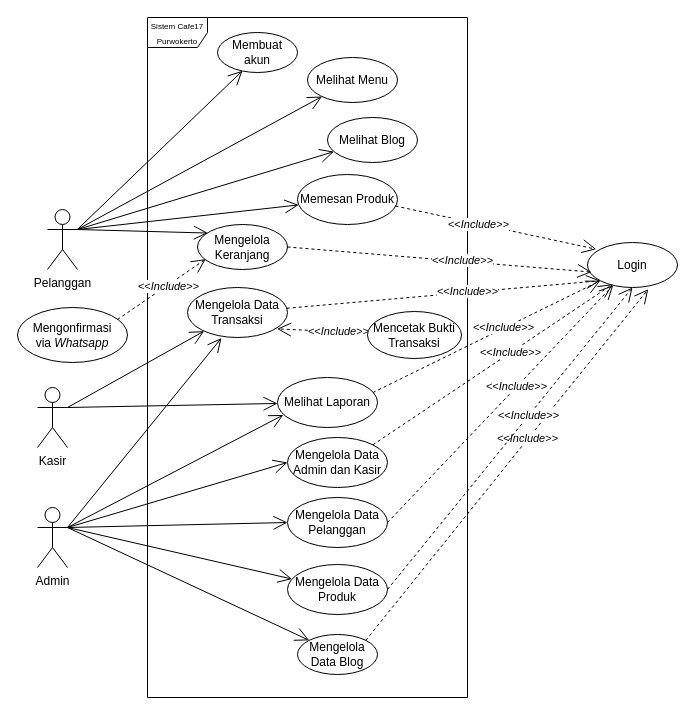
Earlier version of the draw.io diagram page "Usecase" (1 of 11) of Untitled Diagram.drawio (WildanMaulana17/admin.cafe17purwokerto). Source tidied: cells renumbered, new cells numbered last; positions are measured from the earlier drawing's top-left corner, leaving out a move shared by most shapes. Both pictures are drawn from the tidied source at 100%, with x=0, y=0 at pixel (17, 17).
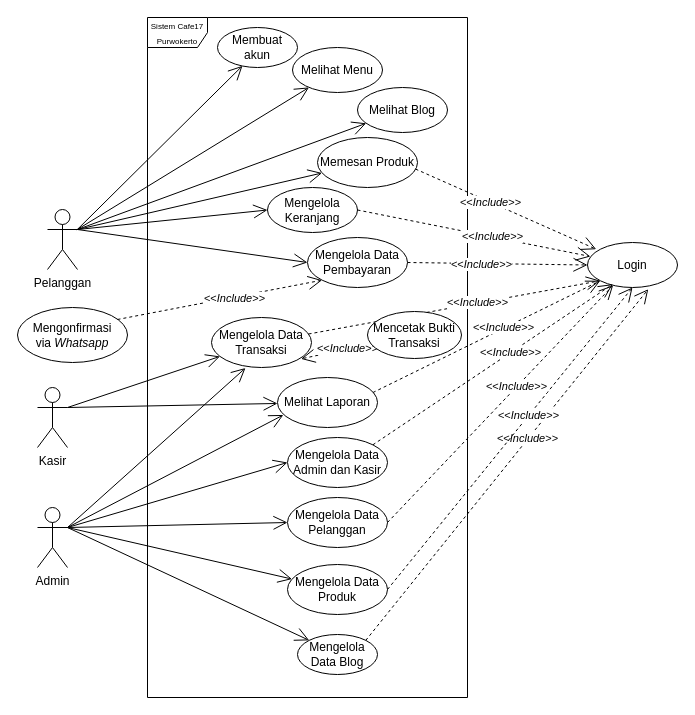
After the change.

Unchanged cells that the change refers to:
```xml
<mxCell id="3" value="Login" style="ellipse;whiteSpace=wrap;html=1;" parent="1" vertex="1">
  <mxGeometry x="570" y="225" width="90" height="45" as="geometry" />
</mxCell>
<mxCell id="5" value="Pelanggan" style="shape=umlActor;verticalLabelPosition=bottom;verticalAlign=top;html=1;" parent="1" vertex="1">
  <mxGeometry x="30" y="192" width="30" height="60" as="geometry" />
</mxCell>
<mxCell id="20" value="Mengonfirmasi via&amp;nbsp;&lt;i&gt;Whatsapp&lt;/i&gt;" style="ellipse;whiteSpace=wrap;html=1;" parent="1" vertex="1">
  <mxGeometry y="290" width="110" height="55" as="geometry" />
</mxCell>
```

The edit, as a diff of the source:
```diff
@@
     <mxCell id="6" value="Melihat Blog" style="ellipse;whiteSpace=wrap;html=1;" parent="1" vertex="1">
-      <mxGeometry x="310" y="100" width="90" height="45" as="geometry" />
+      <mxGeometry x="340" y="70" width="90" height="45" as="geometry" />
     </mxCell>
     <mxCell id="7" value="Memesan Produk" style="ellipse;whiteSpace=wrap;html=1;" parent="1" vertex="1">
-      <mxGeometry x="280" y="157" width="100" height="50" as="geometry" />
+      <mxGeometry x="300" y="120" width="100" height="50" as="geometry" />
     </mxCell>
     <mxCell id="8" value="Mengelola Keranjang" style="ellipse;whiteSpace=wrap;html=1;" parent="1" vertex="1">
-      <mxGeometry x="180" y="207" width="90" height="45" as="geometry" />
+      <mxGeometry x="250" y="170" width="90" height="45" as="geometry" />
     </mxCell>
     <mxCell id="9" value="Melihat Menu" style="ellipse;whiteSpace=wrap;html=1;" parent="1" vertex="1">
-      <mxGeometry x="290" y="40" width="90" height="45" as="geometry" />
+      <mxGeometry x="275" y="30" width="90" height="45" as="geometry" />
     </mxCell>
@@
-    <mxCell id="14" style="endArrow=open;endSize=12;html=1;rounded=0;strokeColor=default;dashed=1;exitX=1;exitY=0.5;exitDx=0;exitDy=0;entryX=0.044;entryY=0.657;entryDx=0;entryDy=0;entryPerimeter=0;" parent="1" edge="1" source="8" target="3">
+    <mxCell id="14" style="endArrow=open;endSize=12;html=1;rounded=0;strokeColor=default;dashed=1;exitX=1;exitY=0.5;exitDx=0;exitDy=0;entryX=0.033;entryY=0.311;entryDx=0;entryDy=0;entryPerimeter=0;" parent="1" edge="1" source="8" target="3">
       <mxGeometry relative="1" as="geometry" />
     </mxCell>
@@
-    <mxCell id="17" style="endArrow=open;endSize=12;html=1;rounded=0;strokeColor=default;exitX=1;exitY=0.3333333333333333;exitDx=0;exitDy=0;exitPerimeter=0;entryX=0.116;entryY=0.19;entryDx=0;entryDy=0;entryPerimeter=0;" parent="1" edge="1" source="5" target="8">
+    <mxCell id="17" style="endArrow=open;endSize=12;html=1;rounded=0;strokeColor=default;exitX=1;exitY=0.3333333333333333;exitDx=0;exitDy=0;exitPerimeter=0;entryX=0;entryY=0.5;entryDx=0;entryDy=0;" parent="1" edge="1" source="5" target="8">
       <mxGeometry relative="1" as="geometry" />
     </mxCell>
     <mxCell id="18" value="Membuat akun" style="ellipse;whiteSpace=wrap;html=1;" parent="1" vertex="1">
-      <mxGeometry x="200" y="15" width="80" height="40" as="geometry" />
+      <mxGeometry x="200" y="10" width="80" height="40" as="geometry" />
     </mxCell>
@@
-    <mxCell id="21" style="endArrow=open;endSize=12;html=1;rounded=0;strokeColor=default;exitX=0.909;exitY=0.218;exitDx=0;exitDy=0;exitPerimeter=0;dashed=1;entryX=0.091;entryY=0.77;entryDx=0;entryDy=0;entryPerimeter=0;" parent="1" edge="1" source="20" target="8">
+    <mxCell id="21" style="endArrow=open;endSize=12;html=1;rounded=0;strokeColor=default;exitX=0.909;exitY=0.218;exitDx=0;exitDy=0;exitPerimeter=0;dashed=1;entryX=0;entryY=1;entryDx=0;entryDy=0;" parent="1" edge="1" source="20" target="53">
       <mxGeometry relative="1" as="geometry" />
     </mxCell>
@@
     <mxCell id="23" value="Mengelola Data Transaksi" style="ellipse;whiteSpace=wrap;html=1;" parent="1" vertex="1">
-      <mxGeometry x="170" y="270" width="100" height="50" as="geometry" />
+      <mxGeometry x="194" y="300" width="100" height="50" as="geometry" />
     </mxCell>
@@
+    <mxCell id="53" value="Mengelola Data Pembayaran" style="ellipse;whiteSpace=wrap;html=1;" parent="1" vertex="1">
+      <mxGeometry x="290" y="220" width="100" height="50" as="geometry" />
+    </mxCell>
+    <mxCell id="54" style="endArrow=open;endSize=12;html=1;rounded=0;strokeColor=default;entryX=0;entryY=0.5;entryDx=0;entryDy=0;exitX=1;exitY=0.3333333333333333;exitDx=0;exitDy=0;exitPerimeter=0;" parent="1" edge="1" source="5" target="53">
+      <mxGeometry relative="1" as="geometry" />
+    </mxCell>
+    <mxCell id="55" style="endArrow=open;endSize=12;html=1;rounded=0;strokeColor=default;dashed=1;entryX=0;entryY=0.5;entryDx=0;entryDy=0;exitX=1;exitY=0.5;exitDx=0;exitDy=0;" parent="1" edge="1" source="53" target="3">
+      <mxGeometry relative="1" as="geometry" />
+    </mxCell>
+    <mxCell id="56" value="&amp;lt;&amp;lt;&lt;i&gt;Include&lt;/i&gt;&amp;gt;&amp;gt;" style="edgeLabel;html=1;align=center;verticalAlign=middle;" parent="55" vertex="1">
+      <mxGeometry x="-0.18" relative="1" as="geometry" />
+    </mxCell>
```
